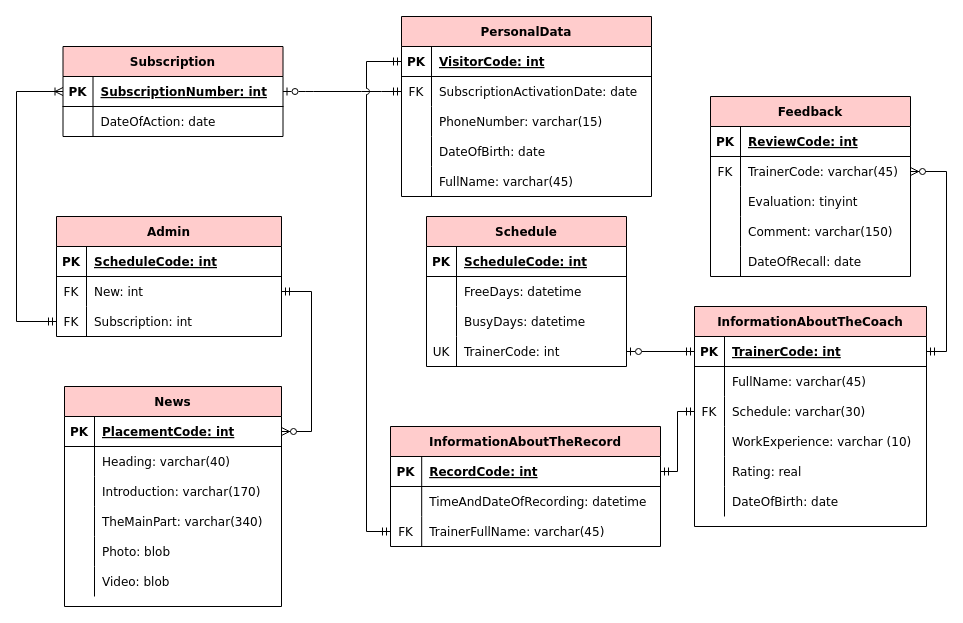
Earlier version of the draw.io diagram page "Page-2" (2 of 2) of Diagrams/ER 3.drawio (yuliapyrikova/-). Source tidied: cells renumbered, new cells numbered last; positions are measured from the earlier drawing's top-left corner, leaving out a move shared by most shapes. Both pictures are drawn from the tidied source at 100%, with x=0, y=0 at pixel (16, 16).
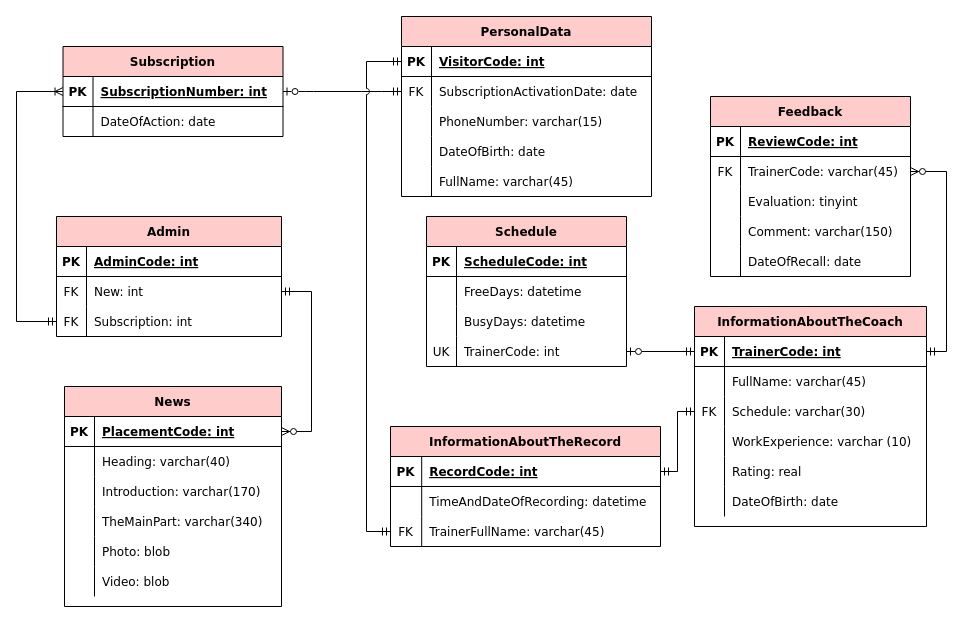
The same diagram, later.

The change refers to these unchanged cells:
```xml
<mxCell id="107" style="shape=partialRectangle;fillColor=none;top=0;left=0;right=0;bottom=1;strokeColor=#000000;fontColor=#000000;fontFamily=Verdana;" parent="106" vertex="1">
  <mxGeometry y="30" width="225" height="30" as="geometry" />
</mxCell>
```

The edit, as a diff of the source:
```diff
@@
-    <mxCell id="109" value="ScheduleCode: int" style="shape=partialRectangle;overflow=hidden;fillColor=none;top=0;left=0;bottom=0;right=0;align=left;spacingLeft=6;fontStyle=5;strokeColor=#000000;fontColor=#000000;fontFamily=Verdana;" parent="107" vertex="1">
+    <mxCell id="109" value="AdminCode: int" style="shape=partialRectangle;overflow=hidden;fillColor=none;top=0;left=0;bottom=0;right=0;align=left;spacingLeft=6;fontStyle=5;strokeColor=#000000;fontColor=#000000;fontFamily=Verdana;" parent="107" vertex="1">
       <mxGeometry x="30" width="195" height="30" as="geometry" />
     </mxCell>
```
